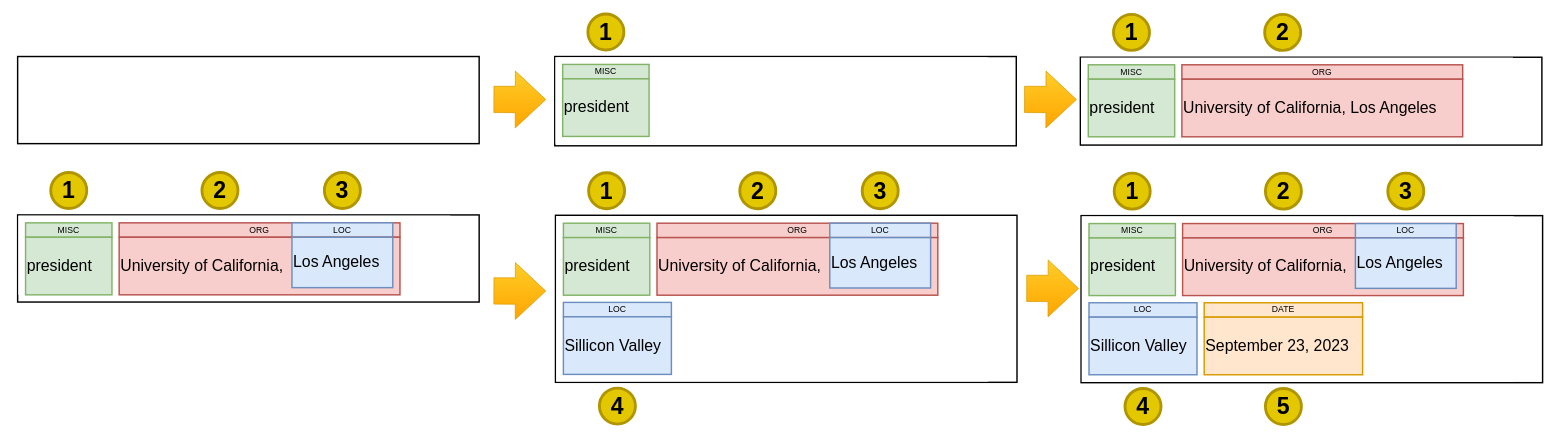
The draw.io diagram nervis.drawio in viniciusrpb/drawio_flowcharts, before the edit. Source tidied: cells renumbered, new cells numbered last; positions are measured from the earlier drawing's top-left corner, leaving out a move shared by most shapes. Both pictures are drawn from the tidied source at 72%, with x=0, y=0 at pixel (17, 14).
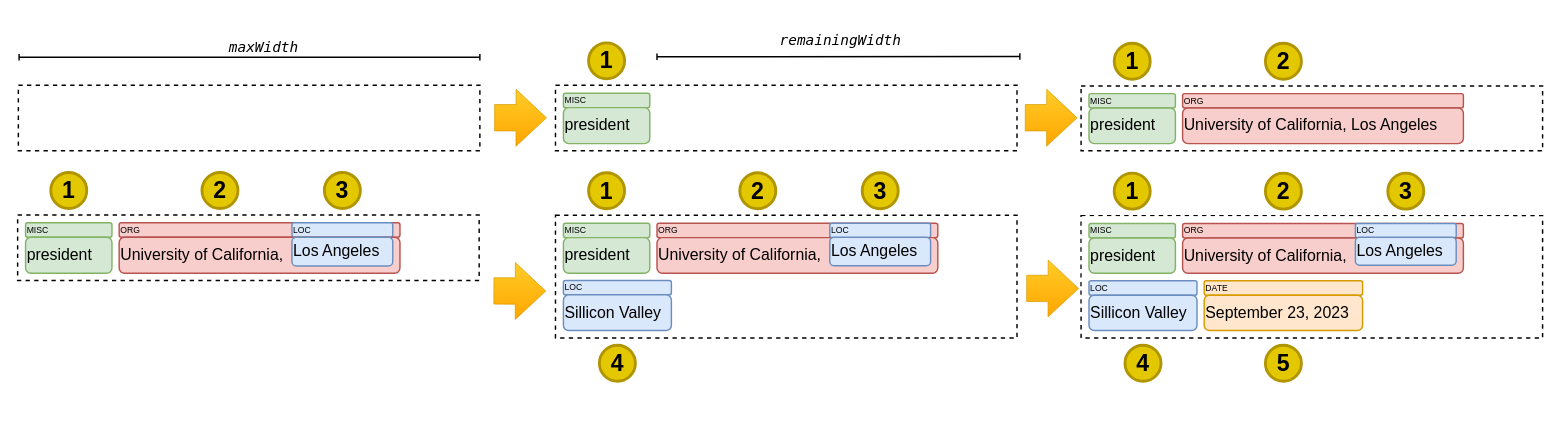
The same page after the edit.

Change to the diagram source:
```diff
@@
     <mxCell id="2" style="rounded=0;whiteSpace=wrap;html=1;strokeWidth=2;strokeColor=none;" parent="1" vertex="1">
-      <mxGeometry x="1" y="60" width="600" height="120" as="geometry" />
+      <mxGeometry x="2" y="100" width="600" height="120" as="geometry" />
     </mxCell>
-    <mxCell id="3" style="rounded=0;whiteSpace=wrap;html=1;strokeWidth=2;" parent="1" vertex="1">
-      <mxGeometry y="59" width="641" height="121" as="geometry" />
+    <mxCell id="3" style="rounded=0;whiteSpace=wrap;html=1;strokeWidth=2;dashed=1;" parent="1" vertex="1">
+      <mxGeometry x="1" y="99" width="641" height="91" as="geometry" />
     </mxCell>
-    <mxCell id="4" style="rounded=0;whiteSpace=wrap;html=1;strokeWidth=2;" parent="1" vertex="1">
-      <mxGeometry x="746" y="59" width="641" height="124" as="geometry" />
+    <mxCell id="4" style="rounded=0;whiteSpace=wrap;html=1;strokeWidth=2;dashed=1;" parent="1" vertex="1">
+      <mxGeometry x="747" y="99" width="641" height="91" as="geometry" />
     </mxCell>
-    <mxCell id="5" style="rounded=0;whiteSpace=wrap;html=1;strokeWidth=2;strokeColor=none;" parent="1" vertex="1">
-      <mxGeometry x="747" y="60" width="600" height="120" as="geometry" />
-    </mxCell>
-    <mxCell id="6" value="MISC" style="rounded=0;whiteSpace=wrap;html=1;strokeWidth=2;fillColor=#d5e8d4;strokeColor=#82b366;" parent="1" vertex="1">
-      <mxGeometry x="757" y="70" width="120" height="20" as="geometry" />
+    <mxCell id="6" value="MISC" style="rounded=1;whiteSpace=wrap;html=1;strokeWidth=2;fillColor=#d5e8d4;strokeColor=#82b366;align=left;" parent="1" vertex="1">
+      <mxGeometry x="758" y="110" width="120" height="20" as="geometry" />
     </mxCell>
-    <mxCell id="7" value="president" style="rounded=0;whiteSpace=wrap;html=1;align=left;fontSize=22;strokeWidth=2;fillColor=#d5e8d4;strokeColor=#82b366;" parent="1" vertex="1">
-      <mxGeometry x="757" y="90" width="120" height="80" as="geometry" />
+    <mxCell id="7" value="president" style="rounded=1;whiteSpace=wrap;html=1;align=left;fontSize=22;strokeWidth=2;fillColor=#d5e8d4;strokeColor=#82b366;" parent="1" vertex="1">
+      <mxGeometry x="758" y="130" width="120" height="50" as="geometry" />
     </mxCell>
     <mxCell id="8" value="1" style="ellipse;whiteSpace=wrap;html=1;fontSize=32;strokeWidth=4;fontStyle=1;fillColor=#e3c800;strokeColor=#B09500;fontColor=#000000;" parent="1" vertex="1">
-      <mxGeometry x="792" width="50" height="50" as="geometry" />
+      <mxGeometry x="793" y="40" width="50" height="50" as="geometry" />
     </mxCell>
-    <mxCell id="9" style="rounded=0;whiteSpace=wrap;html=1;strokeWidth=2;" parent="1" vertex="1">
-      <mxGeometry y="279" width="641" height="121" as="geometry" />
+    <mxCell id="9" style="rounded=0;whiteSpace=wrap;html=1;strokeWidth=2;dashed=1;" parent="1" vertex="1">
+      <mxGeometry y="279" width="641" height="91" as="geometry" />
     </mxCell>
-    <mxCell id="10" style="rounded=0;whiteSpace=wrap;html=1;strokeWidth=2;strokeColor=none;" parent="1" vertex="1">
-      <mxGeometry x="1" y="280" width="600" height="110" as="geometry" />
-    </mxCell>
-    <mxCell id="11" value="MISC" style="rounded=0;whiteSpace=wrap;html=1;strokeWidth=2;fillColor=#d5e8d4;strokeColor=#82b366;" parent="1" vertex="1">
+    <mxCell id="11" value="MISC" style="rounded=1;whiteSpace=wrap;html=1;strokeWidth=2;fillColor=#d5e8d4;strokeColor=#82b366;align=left;" parent="1" vertex="1">
       <mxGeometry x="11" y="290" width="120" height="20" as="geometry" />
     </mxCell>
-    <mxCell id="12" value="president" style="rounded=0;whiteSpace=wrap;html=1;align=left;fontSize=22;strokeWidth=2;fillColor=#d5e8d4;strokeColor=#82b366;" parent="1" vertex="1">
-      <mxGeometry x="11" y="310" width="120" height="80" as="geometry" />
+    <mxCell id="12" value="president" style="rounded=1;whiteSpace=wrap;html=1;align=left;fontSize=22;strokeWidth=2;fillColor=#d5e8d4;strokeColor=#82b366;" parent="1" vertex="1">
+      <mxGeometry x="11" y="310" width="120" height="50" as="geometry" />
     </mxCell>
-    <mxCell id="13" value="ORG" style="rounded=0;whiteSpace=wrap;html=1;strokeWidth=2;fillColor=#f8cecc;strokeColor=#b85450;" parent="1" vertex="1">
+    <mxCell id="13" value="ORG" style="rounded=1;whiteSpace=wrap;html=1;strokeWidth=2;fillColor=#f8cecc;strokeColor=#b85450;align=left;" parent="1" vertex="1">
       <mxGeometry x="141" y="290" width="390" height="20" as="geometry" />
     </mxCell>
-    <mxCell id="14" value="LOC" style="rounded=0;whiteSpace=wrap;html=1;strokeWidth=2;fillColor=#dae8fc;strokeColor=#6c8ebf;" parent="1" vertex="1">
+    <mxCell id="14" value="LOC" style="rounded=1;whiteSpace=wrap;html=1;strokeWidth=2;fillColor=#dae8fc;strokeColor=#6c8ebf;align=left;" parent="1" vertex="1">
       <mxGeometry x="381" y="290" width="140" height="20" as="geometry" />
     </mxCell>
-    <mxCell id="15" value="University of California," style="rounded=0;whiteSpace=wrap;html=1;align=left;fontSize=22;strokeWidth=2;fillColor=#f8cecc;strokeColor=#b85450;" parent="1" vertex="1">
-      <mxGeometry x="141" y="310" width="390" height="80" as="geometry" />
+    <mxCell id="15" value="University of California," style="rounded=1;whiteSpace=wrap;html=1;align=left;fontSize=22;strokeWidth=2;fillColor=#f8cecc;strokeColor=#b85450;" parent="1" vertex="1">
+      <mxGeometry x="141" y="310" width="390" height="50" as="geometry" />
     </mxCell>
-    <mxCell id="16" value="&lt;div&gt;&lt;br&gt;&lt;/div&gt;Los Angeles&lt;div&gt;&lt;br&gt;&lt;/div&gt;" style="rounded=0;whiteSpace=wrap;html=1;align=left;fontSize=22;strokeWidth=2;fillColor=#dae8fc;strokeColor=#6c8ebf;" parent="1" vertex="1">
-      <mxGeometry x="381" y="310" width="140" height="70" as="geometry" />
+    <mxCell id="16" value="&lt;div&gt;&lt;br&gt;&lt;/div&gt;Los Angeles&lt;div&gt;&lt;br&gt;&lt;/div&gt;" style="rounded=1;whiteSpace=wrap;html=1;align=left;fontSize=22;strokeWidth=2;fillColor=#dae8fc;strokeColor=#6c8ebf;" parent="1" vertex="1">
+      <mxGeometry x="381" y="310" width="140" height="40" as="geometry" />
     </mxCell>
@@
-    <mxCell id="20" style="rounded=0;whiteSpace=wrap;html=1;strokeWidth=2;" parent="1" vertex="1">
-      <mxGeometry x="747" y="279.5" width="641" height="232" as="geometry" />
+    <mxCell id="20" style="rounded=0;whiteSpace=wrap;html=1;strokeWidth=2;dashed=1;" parent="1" vertex="1">
+      <mxGeometry x="747" y="279.5" width="641" height="170.5" as="geometry" />
     </mxCell>
-    <mxCell id="21" style="rounded=0;whiteSpace=wrap;html=1;strokeWidth=2;strokeColor=none;" parent="1" vertex="1">
-      <mxGeometry x="748" y="280.5" width="600" height="120" as="geometry" />
-    </mxCell>
-    <mxCell id="22" value="MISC" style="rounded=0;whiteSpace=wrap;html=1;strokeWidth=2;fillColor=#d5e8d4;strokeColor=#82b366;" parent="1" vertex="1">
+    <mxCell id="22" value="MISC" style="rounded=1;whiteSpace=wrap;html=1;strokeWidth=2;fillColor=#d5e8d4;strokeColor=#82b366;align=left;" parent="1" vertex="1">
       <mxGeometry x="758" y="290.5" width="120" height="20" as="geometry" />
     </mxCell>
-    <mxCell id="23" value="president" style="rounded=0;whiteSpace=wrap;html=1;align=left;fontSize=22;strokeWidth=2;fillColor=#d5e8d4;strokeColor=#82b366;" parent="1" vertex="1">
-      <mxGeometry x="758" y="310.5" width="120" height="80" as="geometry" />
+    <mxCell id="23" value="president" style="rounded=1;whiteSpace=wrap;html=1;align=left;fontSize=22;strokeWidth=2;fillColor=#d5e8d4;strokeColor=#82b366;" parent="1" vertex="1">
+      <mxGeometry x="758" y="310.5" width="120" height="49.5" as="geometry" />
     </mxCell>
-    <mxCell id="24" value="ORG" style="rounded=0;whiteSpace=wrap;html=1;strokeWidth=2;fillColor=#f8cecc;strokeColor=#b85450;" parent="1" vertex="1">
+    <mxCell id="24" value="ORG" style="rounded=1;whiteSpace=wrap;html=1;strokeWidth=2;fillColor=#f8cecc;strokeColor=#b85450;align=left;" parent="1" vertex="1">
       <mxGeometry x="888" y="290.5" width="390" height="20" as="geometry" />
     </mxCell>
-    <mxCell id="25" value="LOC" style="rounded=0;whiteSpace=wrap;html=1;strokeWidth=2;fillColor=#dae8fc;strokeColor=#6c8ebf;" parent="1" vertex="1">
+    <mxCell id="25" value="LOC" style="rounded=1;whiteSpace=wrap;html=1;strokeWidth=2;fillColor=#dae8fc;strokeColor=#6c8ebf;align=left;" parent="1" vertex="1">
       <mxGeometry x="1128" y="290.5" width="140" height="20" as="geometry" />
     </mxCell>
-    <mxCell id="26" value="University of California," style="rounded=0;whiteSpace=wrap;html=1;align=left;fontSize=22;strokeWidth=2;fillColor=#f8cecc;strokeColor=#b85450;" parent="1" vertex="1">
-      <mxGeometry x="888" y="310.5" width="390" height="80" as="geometry" />
+    <mxCell id="26" value="University of California," style="rounded=1;whiteSpace=wrap;html=1;align=left;fontSize=22;strokeWidth=2;fillColor=#f8cecc;strokeColor=#b85450;" parent="1" vertex="1">
+      <mxGeometry x="888" y="310.5" width="390" height="49.5" as="geometry" />
     </mxCell>
-    <mxCell id="27" value="&lt;div&gt;&lt;br&gt;&lt;/div&gt;Los Angeles&lt;div&gt;&lt;br&gt;&lt;/div&gt;" style="rounded=0;whiteSpace=wrap;html=1;align=left;fontSize=22;strokeWidth=2;fillColor=#dae8fc;strokeColor=#6c8ebf;" parent="1" vertex="1">
-      <mxGeometry x="1128" y="310.5" width="140" height="70" as="geometry" />
+    <mxCell id="27" value="&lt;div&gt;&lt;br&gt;&lt;/div&gt;Los Angeles&lt;div&gt;&lt;br&gt;&lt;/div&gt;" style="rounded=1;whiteSpace=wrap;html=1;align=left;fontSize=22;strokeWidth=2;fillColor=#dae8fc;strokeColor=#6c8ebf;" parent="1" vertex="1">
+      <mxGeometry x="1128" y="310" width="140" height="39.5" as="geometry" />
     </mxCell>
-    <mxCell id="28" style="rounded=0;whiteSpace=wrap;html=1;strokeWidth=2;strokeColor=none;" parent="1" vertex="1">
-      <mxGeometry x="748" y="400.5" width="600" height="110" as="geometry" />
-    </mxCell>
-    <mxCell id="29" value="LOC" style="rounded=0;whiteSpace=wrap;html=1;strokeWidth=2;fillColor=#dae8fc;strokeColor=#6c8ebf;" parent="1" vertex="1">
-      <mxGeometry x="758" y="400.5" width="150" height="20" as="geometry" />
+    <mxCell id="29" value="LOC" style="rounded=1;whiteSpace=wrap;html=1;strokeWidth=2;fillColor=#dae8fc;strokeColor=#6c8ebf;align=left;" parent="1" vertex="1">
+      <mxGeometry x="758" y="370" width="150" height="20" as="geometry" />
     </mxCell>
-    <mxCell id="30" value="Sillicon Valley" style="rounded=0;whiteSpace=wrap;html=1;align=left;fontSize=22;strokeWidth=2;fillColor=#dae8fc;strokeColor=#6c8ebf;" parent="1" vertex="1">
-      <mxGeometry x="758" y="420.5" width="150" height="80" as="geometry" />
+    <mxCell id="30" value="Sillicon Valley" style="rounded=1;whiteSpace=wrap;html=1;align=left;fontSize=22;strokeWidth=2;fillColor=#dae8fc;strokeColor=#6c8ebf;" parent="1" vertex="1">
+      <mxGeometry x="758" y="390" width="150" height="49.5" as="geometry" />
     </mxCell>
     <mxCell id="31" value="4" style="ellipse;whiteSpace=wrap;html=1;fontSize=32;strokeWidth=4;fontStyle=1;fillColor=#e3c800;strokeColor=#B09500;fontColor=#000000;" parent="1" vertex="1">
-      <mxGeometry x="808" y="519.5" width="50" height="50" as="geometry" />
+      <mxGeometry x="808" y="460" width="50" height="50" as="geometry" />
     </mxCell>
@@
-    <mxCell id="35" style="rounded=0;whiteSpace=wrap;html=1;strokeWidth=2;" parent="1" vertex="1">
-      <mxGeometry x="1476" y="60" width="641" height="122" as="geometry" />
+    <mxCell id="35" style="rounded=0;whiteSpace=wrap;html=1;strokeWidth=2;dashed=1;" parent="1" vertex="1">
+      <mxGeometry x="1477" y="100" width="641" height="90" as="geometry" />
     </mxCell>
-    <mxCell id="36" style="rounded=0;whiteSpace=wrap;html=1;strokeWidth=2;strokeColor=none;" parent="1" vertex="1">
-      <mxGeometry x="1477" y="60.5" width="600" height="120" as="geometry" />
-    </mxCell>
-    <mxCell id="37" value="MISC" style="rounded=0;whiteSpace=wrap;html=1;strokeWidth=2;fillColor=#d5e8d4;strokeColor=#82b366;" parent="1" vertex="1">
-      <mxGeometry x="1487" y="70.5" width="120" height="20" as="geometry" />
+    <mxCell id="37" value="MISC" style="rounded=1;whiteSpace=wrap;html=1;strokeWidth=2;fillColor=#d5e8d4;strokeColor=#82b366;align=left;" parent="1" vertex="1">
+      <mxGeometry x="1488" y="110.5" width="120" height="20" as="geometry" />
     </mxCell>
-    <mxCell id="38" value="president" style="rounded=0;whiteSpace=wrap;html=1;align=left;fontSize=22;strokeWidth=2;fillColor=#d5e8d4;strokeColor=#82b366;" parent="1" vertex="1">
-      <mxGeometry x="1487" y="90.5" width="120" height="80" as="geometry" />
+    <mxCell id="38" value="president" style="rounded=1;whiteSpace=wrap;html=1;align=left;fontSize=22;strokeWidth=2;fillColor=#d5e8d4;strokeColor=#82b366;" parent="1" vertex="1">
+      <mxGeometry x="1488" y="130.5" width="120" height="49.5" as="geometry" />
     </mxCell>
-    <mxCell id="39" value="ORG" style="rounded=0;whiteSpace=wrap;html=1;strokeWidth=2;fillColor=#f8cecc;strokeColor=#b85450;" parent="1" vertex="1">
-      <mxGeometry x="1617" y="70.5" width="390" height="20" as="geometry" />
+    <mxCell id="39" value="ORG" style="rounded=1;whiteSpace=wrap;html=1;strokeWidth=2;fillColor=#f8cecc;strokeColor=#b85450;align=left;" parent="1" vertex="1">
+      <mxGeometry x="1618" y="110.5" width="390" height="20" as="geometry" />
     </mxCell>
-    <mxCell id="40" value="University of California, Los Angeles" style="rounded=0;whiteSpace=wrap;html=1;align=left;fontSize=22;strokeWidth=2;fillColor=#f8cecc;strokeColor=#b85450;" parent="1" vertex="1">
-      <mxGeometry x="1617" y="90.5" width="390" height="80" as="geometry" />
+    <mxCell id="40" value="University of California, Los Angeles" style="rounded=1;whiteSpace=wrap;html=1;align=left;fontSize=22;strokeWidth=2;fillColor=#f8cecc;strokeColor=#b85450;" parent="1" vertex="1">
+      <mxGeometry x="1618" y="130.5" width="390" height="49.5" as="geometry" />
     </mxCell>
     <mxCell id="41" value="2" style="ellipse;whiteSpace=wrap;html=1;fontSize=32;strokeWidth=4;fontStyle=1;fillColor=#e3c800;strokeColor=#B09500;fontColor=#000000;" parent="1" vertex="1">
-      <mxGeometry x="1732" y="0.5" width="50" height="50" as="geometry" />
+      <mxGeometry x="1733" y="40.5" width="50" height="50" as="geometry" />
     </mxCell>
     <mxCell id="42" value="1" style="ellipse;whiteSpace=wrap;html=1;fontSize=32;strokeWidth=4;fontStyle=1;fillColor=#e3c800;strokeColor=#B09500;fontColor=#000000;" parent="1" vertex="1">
-      <mxGeometry x="1522" y="0.5" width="50" height="50" as="geometry" />
+      <mxGeometry x="1523" y="40.5" width="50" height="50" as="geometry" />
     </mxCell>
-    <mxCell id="43" style="rounded=0;whiteSpace=wrap;html=1;strokeWidth=2;" parent="1" vertex="1">
-      <mxGeometry x="1477" y="280" width="641" height="232" as="geometry" />
+    <mxCell id="43" style="rounded=0;whiteSpace=wrap;html=1;strokeWidth=2;dashed=1;" parent="1" vertex="1">
+      <mxGeometry x="1477" y="280" width="641" height="170" as="geometry" />
     </mxCell>
@@
-    <mxCell id="45" value="MISC" style="rounded=0;whiteSpace=wrap;html=1;strokeWidth=2;fillColor=#d5e8d4;strokeColor=#82b366;" parent="1" vertex="1">
+    <mxCell id="45" value="MISC" style="rounded=1;whiteSpace=wrap;html=1;strokeWidth=2;fillColor=#d5e8d4;strokeColor=#82b366;align=left;" parent="1" vertex="1">
       <mxGeometry x="1488" y="291" width="120" height="20" as="geometry" />
     </mxCell>
-    <mxCell id="46" value="president" style="rounded=0;whiteSpace=wrap;html=1;align=left;fontSize=22;strokeWidth=2;fillColor=#d5e8d4;strokeColor=#82b366;" parent="1" vertex="1">
-      <mxGeometry x="1488" y="311" width="120" height="80" as="geometry" />
+    <mxCell id="46" value="president" style="rounded=1;whiteSpace=wrap;html=1;align=left;fontSize=22;strokeWidth=2;fillColor=#d5e8d4;strokeColor=#82b366;" parent="1" vertex="1">
+      <mxGeometry x="1488" y="311" width="120" height="49" as="geometry" />
     </mxCell>
-    <mxCell id="47" value="ORG" style="rounded=0;whiteSpace=wrap;html=1;strokeWidth=2;fillColor=#f8cecc;strokeColor=#b85450;" parent="1" vertex="1">
+    <mxCell id="47" value="ORG" style="rounded=1;whiteSpace=wrap;html=1;strokeWidth=2;fillColor=#f8cecc;strokeColor=#b85450;align=left;" parent="1" vertex="1">
       <mxGeometry x="1618" y="291" width="390" height="20" as="geometry" />
     </mxCell>
-    <mxCell id="48" value="LOC" style="rounded=0;whiteSpace=wrap;html=1;strokeWidth=2;fillColor=#dae8fc;strokeColor=#6c8ebf;" parent="1" vertex="1">
+    <mxCell id="48" value="LOC" style="rounded=1;whiteSpace=wrap;html=1;strokeWidth=2;fillColor=#dae8fc;strokeColor=#6c8ebf;align=left;" parent="1" vertex="1">
       <mxGeometry x="1858" y="291" width="140" height="20" as="geometry" />
     </mxCell>
-    <mxCell id="49" value="University of California," style="rounded=0;whiteSpace=wrap;html=1;align=left;fontSize=22;strokeWidth=2;fillColor=#f8cecc;strokeColor=#b85450;" parent="1" vertex="1">
-      <mxGeometry x="1618" y="311" width="390" height="80" as="geometry" />
+    <mxCell id="49" value="University of California," style="rounded=1;whiteSpace=wrap;html=1;align=left;fontSize=22;strokeWidth=2;fillColor=#f8cecc;strokeColor=#b85450;" parent="1" vertex="1">
+      <mxGeometry x="1618" y="311" width="390" height="49" as="geometry" />
     </mxCell>
-    <mxCell id="50" value="&lt;div&gt;&lt;br&gt;&lt;/div&gt;Los Angeles&lt;div&gt;&lt;br&gt;&lt;/div&gt;" style="rounded=0;whiteSpace=wrap;html=1;align=left;fontSize=22;strokeWidth=2;fillColor=#dae8fc;strokeColor=#6c8ebf;" parent="1" vertex="1">
-      <mxGeometry x="1858" y="311" width="140" height="70" as="geometry" />
+    <mxCell id="50" value="&lt;div&gt;&lt;br&gt;&lt;/div&gt;Los Angeles&lt;div&gt;&lt;br&gt;&lt;/div&gt;" style="rounded=1;whiteSpace=wrap;html=1;align=left;fontSize=22;strokeWidth=2;fillColor=#dae8fc;strokeColor=#6c8ebf;" parent="1" vertex="1">
+      <mxGeometry x="1858" y="310" width="140" height="39" as="geometry" />
     </mxCell>
-    <mxCell id="51" style="rounded=0;whiteSpace=wrap;html=1;strokeWidth=2;strokeColor=none;" parent="1" vertex="1">
-      <mxGeometry x="1478" y="401" width="600" height="110" as="geometry" />
-    </mxCell>
-    <mxCell id="52" value="LOC" style="rounded=0;whiteSpace=wrap;html=1;strokeWidth=2;fillColor=#dae8fc;strokeColor=#6c8ebf;" parent="1" vertex="1">
-      <mxGeometry x="1488" y="401" width="150" height="20" as="geometry" />
+    <mxCell id="52" value="LOC" style="rounded=1;whiteSpace=wrap;html=1;strokeWidth=2;fillColor=#dae8fc;strokeColor=#6c8ebf;align=left;" parent="1" vertex="1">
+      <mxGeometry x="1488" y="370.5" width="150" height="20" as="geometry" />
     </mxCell>
-    <mxCell id="53" value="Sillicon Valley" style="rounded=0;whiteSpace=wrap;html=1;align=left;fontSize=22;strokeWidth=2;fillColor=#dae8fc;strokeColor=#6c8ebf;" parent="1" vertex="1">
-      <mxGeometry x="1488" y="421" width="150" height="80" as="geometry" />
+    <mxCell id="53" value="Sillicon Valley" style="rounded=1;whiteSpace=wrap;html=1;align=left;fontSize=22;strokeWidth=2;fillColor=#dae8fc;strokeColor=#6c8ebf;" parent="1" vertex="1">
+      <mxGeometry x="1488" y="390.5" width="150" height="49" as="geometry" />
     </mxCell>
-    <mxCell id="54" value="DATE" style="rounded=0;whiteSpace=wrap;html=1;strokeWidth=2;fillColor=#ffe6cc;strokeColor=#d79b00;" parent="1" vertex="1">
-      <mxGeometry x="1648" y="401" width="220" height="20" as="geometry" />
+    <mxCell id="54" value="DATE" style="rounded=1;whiteSpace=wrap;html=1;strokeWidth=2;fillColor=#ffe6cc;strokeColor=#d79b00;align=left;" parent="1" vertex="1">
+      <mxGeometry x="1648" y="370.5" width="220" height="20" as="geometry" />
     </mxCell>
-    <mxCell id="55" value="September 23, 2023" style="rounded=0;whiteSpace=wrap;html=1;align=left;fontSize=22;strokeWidth=2;fillColor=#ffe6cc;strokeColor=#d79b00;" parent="1" vertex="1">
-      <mxGeometry x="1648" y="421" width="220" height="80" as="geometry" />
+    <mxCell id="55" value="September 23, 2023" style="rounded=1;whiteSpace=wrap;html=1;align=left;fontSize=22;strokeWidth=2;fillColor=#ffe6cc;strokeColor=#d79b00;" parent="1" vertex="1">
+      <mxGeometry x="1648" y="390.5" width="220" height="49" as="geometry" />
     </mxCell>
     <mxCell id="56" value="4" style="ellipse;whiteSpace=wrap;html=1;fontSize=32;strokeWidth=4;fontStyle=1;fillColor=#e3c800;strokeColor=#B09500;fontColor=#000000;" parent="1" vertex="1">
-      <mxGeometry x="1538" y="520" width="50" height="50" as="geometry" />
+      <mxGeometry x="1538" y="460" width="50" height="50" as="geometry" />
     </mxCell>
     <mxCell id="57" value="5" style="ellipse;whiteSpace=wrap;html=1;fontSize=32;strokeWidth=4;fontStyle=1;fillColor=#e3c800;strokeColor=#B09500;fontColor=#000000;" parent="1" vertex="1">
-      <mxGeometry x="1733" y="520" width="50" height="50" as="geometry" />
+      <mxGeometry x="1733" y="460" width="50" height="50" as="geometry" />
     </mxCell>
@@
     <mxCell id="61" style="shape=flexArrow;endArrow=classic;html=1;rounded=0;width=36.55172413793104;endSize=13.765517241379312;fillColor=#ffcd28;gradientColor=#ffa500;strokeColor=#d79b00;endWidth=41.419878296146045;" parent="1" edge="1">
       <mxGeometry relative="1" as="geometry">
-        <mxPoint x="661" y="118.6" as="sourcePoint" />
-        <mxPoint x="734" y="118.8" as="targetPoint" />
+        <mxPoint x="662" y="144" as="sourcePoint" />
+        <mxPoint x="735" y="144.2" as="targetPoint" />
       </mxGeometry>
     </mxCell>
     <mxCell id="62" style="shape=flexArrow;endArrow=classic;html=1;rounded=0;width=36.55172413793104;endSize=13.765517241379312;fillColor=#ffcd28;gradientColor=#ffa500;strokeColor=#d79b00;endWidth=41.419878296146045;" parent="1" edge="1">
       <mxGeometry relative="1" as="geometry">
-        <mxPoint x="1398" y="118.6" as="sourcePoint" />
-        <mxPoint x="1471" y="118.8" as="targetPoint" />
+        <mxPoint x="1399" y="144" as="sourcePoint" />
+        <mxPoint x="1472" y="144.2" as="targetPoint" />
       </mxGeometry>
     </mxCell>
@@
+    <mxCell id="65" style="endArrow=baseDash;html=1;rounded=0;startArrow=baseDash;startFill=0;endFill=0;strokeWidth=2;" parent="1" edge="1">
+      <mxGeometry relative="1" as="geometry">
+        <mxPoint x="2" y="60" as="sourcePoint" />
+        <mxPoint x="642" y="60" as="targetPoint" />
+      </mxGeometry>
+    </mxCell>
+    <mxCell id="66" value="maxWidth" style="text;html=1;align=center;verticalAlign=middle;whiteSpace=wrap;rounded=0;strokeWidth=5;fontStyle=2;fontSize=20;fontFamily=Lucida Console;" parent="1" vertex="1">
+      <mxGeometry x="312" y="30" width="60" height="30" as="geometry" />
+    </mxCell>
+    <mxCell id="67" style="endArrow=baseDash;html=1;rounded=0;startArrow=baseDash;startFill=0;endFill=0;strokeWidth=2;" parent="1" edge="1">
+      <mxGeometry relative="1" as="geometry">
+        <mxPoint x="888" y="59.3" as="sourcePoint" />
+        <mxPoint x="1392" y="59" as="targetPoint" />
+      </mxGeometry>
+    </mxCell>
+    <mxCell id="68" value="remainingWidth" style="text;html=1;align=center;verticalAlign=middle;whiteSpace=wrap;rounded=0;strokeWidth=5;fontStyle=2;fontSize=20;fontFamily=Lucida Console;" parent="1" vertex="1">
+      <mxGeometry x="1113" y="20" width="60" height="30" as="geometry" />
+    </mxCell>
```
